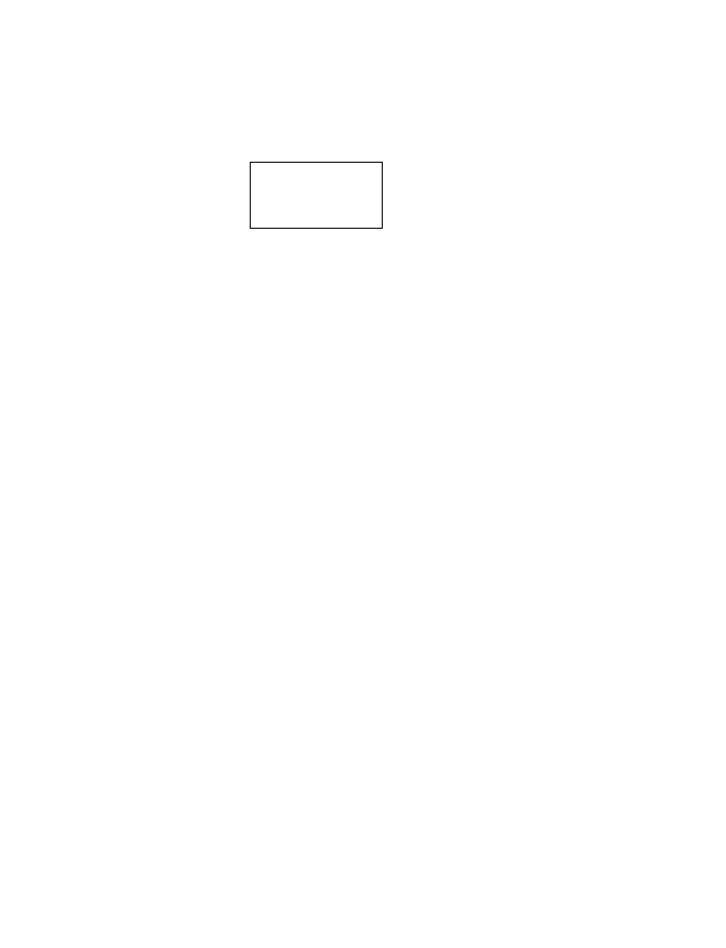
The draw.io diagram iTracker - ERD.drawio in harshawije97/iTracker, before the edit. Source tidied: cells renumbered, new cells numbered last; positions are measured from the earlier drawing's top-left corner, leaving out a move shared by most shapes. Both pictures are drawn from the tidied source at 110%, with x=0, y=0 at pixel (250, 162).
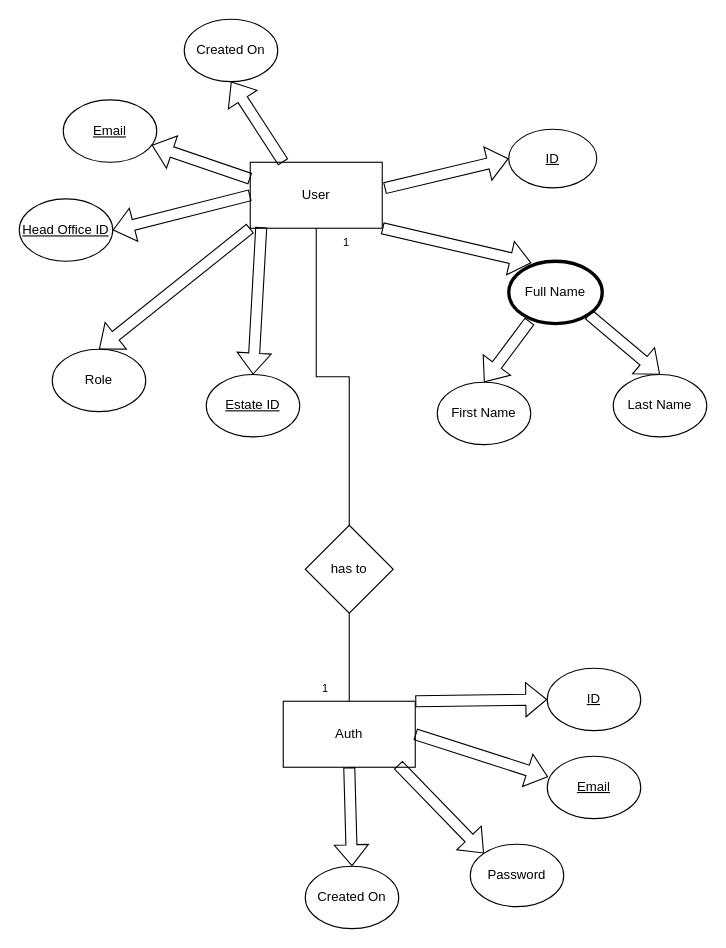
Above is the later version.

Diff of the diagram source:
```diff
@@
-    <mxCell id="2" style="rounded=0;whiteSpace=wrap;html=1;" parent="1" vertex="1">
+    <mxCell id="2" value="User" style="rounded=0;whiteSpace=wrap;html=1;" parent="1" vertex="1">
       <mxGeometry width="120" height="60" as="geometry" />
     </mxCell>
+    <mxCell id="3" value="&lt;u&gt;ID&lt;/u&gt;" style="ellipse;whiteSpace=wrap;html=1;" parent="1" vertex="1">
+      <mxGeometry x="235" y="-30" width="80" height="53.3" as="geometry" />
+    </mxCell>
+    <mxCell id="4" value="Full Name" style="ellipse;whiteSpace=wrap;html=1;strokeWidth=3;" parent="1" vertex="1">
+      <mxGeometry x="235" y="90" width="85" height="56.7" as="geometry" />
+    </mxCell>
+    <mxCell id="5" value="First Name" style="ellipse;whiteSpace=wrap;html=1;" parent="1" vertex="1">
+      <mxGeometry x="170" y="200" width="85" height="56.7" as="geometry" />
+    </mxCell>
+    <mxCell id="6" value="Last Name" style="ellipse;whiteSpace=wrap;html=1;" parent="1" vertex="1">
+      <mxGeometry x="330" y="193" width="85" height="56.7" as="geometry" />
+    </mxCell>
+    <mxCell id="7" value="Role" style="ellipse;whiteSpace=wrap;html=1;" parent="1" vertex="1">
+      <mxGeometry x="-180" y="170" width="85" height="56.7" as="geometry" />
+    </mxCell>
+    <mxCell id="8" value="&lt;u&gt;Estate ID&lt;/u&gt;" style="ellipse;whiteSpace=wrap;html=1;" parent="1" vertex="1">
+      <mxGeometry x="-40" y="193" width="85" height="56.7" as="geometry" />
+    </mxCell>
+    <mxCell id="9" value="&lt;u&gt;Head Office ID&lt;/u&gt;" style="ellipse;whiteSpace=wrap;html=1;" parent="1" vertex="1">
+      <mxGeometry x="-210" y="33.3" width="85" height="56.7" as="geometry" />
+    </mxCell>
+    <mxCell id="10" style="shape=flexArrow;endArrow=classic;html=1;rounded=0;exitX=1.017;exitY=0.393;exitDx=0;exitDy=0;entryX=0;entryY=0.5;entryDx=0;entryDy=0;exitPerimeter=0;" parent="1" edge="1" source="2" target="3">
+      <mxGeometry relative="1" as="geometry" />
+    </mxCell>
+    <mxCell id="11" style="shape=flexArrow;endArrow=classic;html=1;rounded=0;exitX=1;exitY=0.5;exitDx=0;exitDy=0;entryX=0.242;entryY=0.028;entryDx=0;entryDy=0;entryPerimeter=0;" parent="1" edge="1" target="4">
+      <mxGeometry relative="1" as="geometry">
+        <mxPoint x="120" y="60" as="sourcePoint" />
+      </mxGeometry>
+    </mxCell>
+    <mxCell id="12" style="shape=flexArrow;endArrow=classic;html=1;rounded=0;exitX=1;exitY=1;exitDx=0;exitDy=0;entryX=0.5;entryY=0;entryDx=0;entryDy=0;" parent="1" edge="1" source="4" target="6">
+      <mxGeometry relative="1" as="geometry" />
+    </mxCell>
+    <mxCell id="13" style="shape=flexArrow;endArrow=classic;html=1;rounded=0;exitX=0.224;exitY=0.96;exitDx=0;exitDy=0;exitPerimeter=0;entryX=0.5;entryY=0;entryDx=0;entryDy=0;" parent="1" edge="1" source="4" target="5">
+      <mxGeometry relative="1" as="geometry" />
+    </mxCell>
+    <mxCell id="14" style="shape=flexArrow;endArrow=classic;html=1;rounded=0;exitX=0;exitY=1;exitDx=0;exitDy=0;entryX=0.5;entryY=0;entryDx=0;entryDy=0;" parent="1" edge="1" source="2" target="7">
+      <mxGeometry relative="1" as="geometry" />
+    </mxCell>
+    <mxCell id="15" style="shape=flexArrow;endArrow=classic;html=1;rounded=0;exitX=0.563;exitY=0.98;exitDx=0;exitDy=0;entryX=0.5;entryY=0;entryDx=0;entryDy=0;exitPerimeter=0;" parent="1" edge="1" target="8">
+      <mxGeometry relative="1" as="geometry">
+        <mxPoint x="10" y="59" as="sourcePoint" />
+      </mxGeometry>
+    </mxCell>
+    <mxCell id="16" style="shape=flexArrow;endArrow=classic;html=1;rounded=0;exitX=0;exitY=0.5;exitDx=0;exitDy=0;entryX=1;entryY=0.5;entryDx=0;entryDy=0;" parent="1" edge="1" source="2" target="9">
+      <mxGeometry relative="1" as="geometry" />
+    </mxCell>
+    <mxCell id="17" value="&lt;u&gt;Email&lt;/u&gt;" style="ellipse;whiteSpace=wrap;html=1;" parent="1" vertex="1">
+      <mxGeometry x="-170" y="-56.7" width="85" height="56.7" as="geometry" />
+    </mxCell>
+    <mxCell id="18" style="shape=flexArrow;endArrow=classic;html=1;rounded=0;exitX=0;exitY=0.25;exitDx=0;exitDy=0;" parent="1" edge="1" source="2" target="17">
+      <mxGeometry relative="1" as="geometry" />
+    </mxCell>
+    <mxCell id="19" value="Created On" style="ellipse;whiteSpace=wrap;html=1;" parent="1" vertex="1">
+      <mxGeometry x="-60" y="-130" width="85" height="56.7" as="geometry" />
+    </mxCell>
+    <mxCell id="20" style="shape=flexArrow;endArrow=classic;html=1;rounded=0;exitX=0.25;exitY=0;exitDx=0;exitDy=0;entryX=0.5;entryY=1;entryDx=0;entryDy=0;" parent="1" edge="1" source="2" target="19">
+      <mxGeometry relative="1" as="geometry" />
+    </mxCell>
+    <mxCell id="21" value="Auth" style="rounded=0;whiteSpace=wrap;html=1;" parent="1" vertex="1">
+      <mxGeometry x="30" y="490" width="120" height="60" as="geometry" />
+    </mxCell>
+    <mxCell id="22" value="&lt;u&gt;ID&lt;/u&gt;" style="ellipse;whiteSpace=wrap;html=1;" parent="1" vertex="1">
+      <mxGeometry x="270" y="460" width="85" height="56.7" as="geometry" />
+    </mxCell>
+    <mxCell id="23" value="&lt;u&gt;Email&lt;/u&gt;" style="ellipse;whiteSpace=wrap;html=1;" parent="1" vertex="1">
+      <mxGeometry x="270" y="540" width="85" height="56.7" as="geometry" />
+    </mxCell>
+    <mxCell id="24" value="Password" style="ellipse;whiteSpace=wrap;html=1;" parent="1" vertex="1">
+      <mxGeometry x="200" y="620" width="85" height="56.7" as="geometry" />
+    </mxCell>
+    <mxCell id="25" value="Created On" style="ellipse;whiteSpace=wrap;html=1;" parent="1" vertex="1">
+      <mxGeometry x="50" y="640" width="85" height="56.7" as="geometry" />
+    </mxCell>
+    <mxCell id="26" style="shape=flexArrow;endArrow=classic;html=1;rounded=0;entryX=0.5;entryY=0;entryDx=0;entryDy=0;exitX=0.5;exitY=1;exitDx=0;exitDy=0;" parent="1" edge="1" source="21" target="25">
+      <mxGeometry relative="1" as="geometry" />
+    </mxCell>
+    <mxCell id="27" style="shape=flexArrow;endArrow=classic;html=1;rounded=0;exitX=0.87;exitY=0.964;exitDx=0;exitDy=0;entryX=0;entryY=0;entryDx=0;entryDy=0;exitPerimeter=0;" parent="1" edge="1" source="21" target="24">
+      <mxGeometry relative="1" as="geometry" />
+    </mxCell>
+    <mxCell id="28" style="shape=flexArrow;endArrow=classic;html=1;rounded=0;exitX=1;exitY=0.5;exitDx=0;exitDy=0;entryX=0.009;entryY=0.332;entryDx=0;entryDy=0;entryPerimeter=0;" parent="1" edge="1" source="21" target="23">
+      <mxGeometry relative="1" as="geometry" />
+    </mxCell>
+    <mxCell id="29" style="shape=flexArrow;endArrow=classic;html=1;rounded=0;exitX=1;exitY=0;exitDx=0;exitDy=0;entryX=0;entryY=0.5;entryDx=0;entryDy=0;" parent="1" edge="1" source="21" target="22">
+      <mxGeometry relative="1" as="geometry" />
+    </mxCell>
+    <mxCell id="30" style="edgeStyle=orthogonalEdgeStyle;rounded=0;jettySize=auto;html=1;endArrow=none;endFill=0;" parent="1" edge="1" source="32" target="2">
+      <mxGeometry relative="1" as="geometry" />
+    </mxCell>
+    <mxCell id="31" style="edgeStyle=orthogonalEdgeStyle;rounded=0;jettySize=auto;html=1;endArrow=none;endFill=0;" parent="1" edge="1" source="32" target="21">
+      <mxGeometry relative="1" as="geometry" />
+    </mxCell>
+    <mxCell id="32" value="has to" style="rhombus;whiteSpace=wrap;html=1;" parent="1" vertex="1">
+      <mxGeometry x="50" y="330" width="80" height="80" as="geometry" />
+    </mxCell>
+    <mxCell id="33" value="&lt;font style=&quot;font-size: 10px;&quot;&gt;1&lt;/font&gt;" style="rounded=0;whiteSpace=wrap;html=1;strokeColor=none;" parent="1" vertex="1">
+      <mxGeometry x="51.2" y="471" width="34.8" height="14" as="geometry" />
+    </mxCell>
+    <mxCell id="34" value="&lt;font style=&quot;font-size: 10px;&quot;&gt;1&lt;/font&gt;" style="rounded=0;whiteSpace=wrap;html=1;strokeColor=none;" parent="1" vertex="1">
+      <mxGeometry x="70" y="66" width="34.8" height="14" as="geometry" />
+    </mxCell>
```
